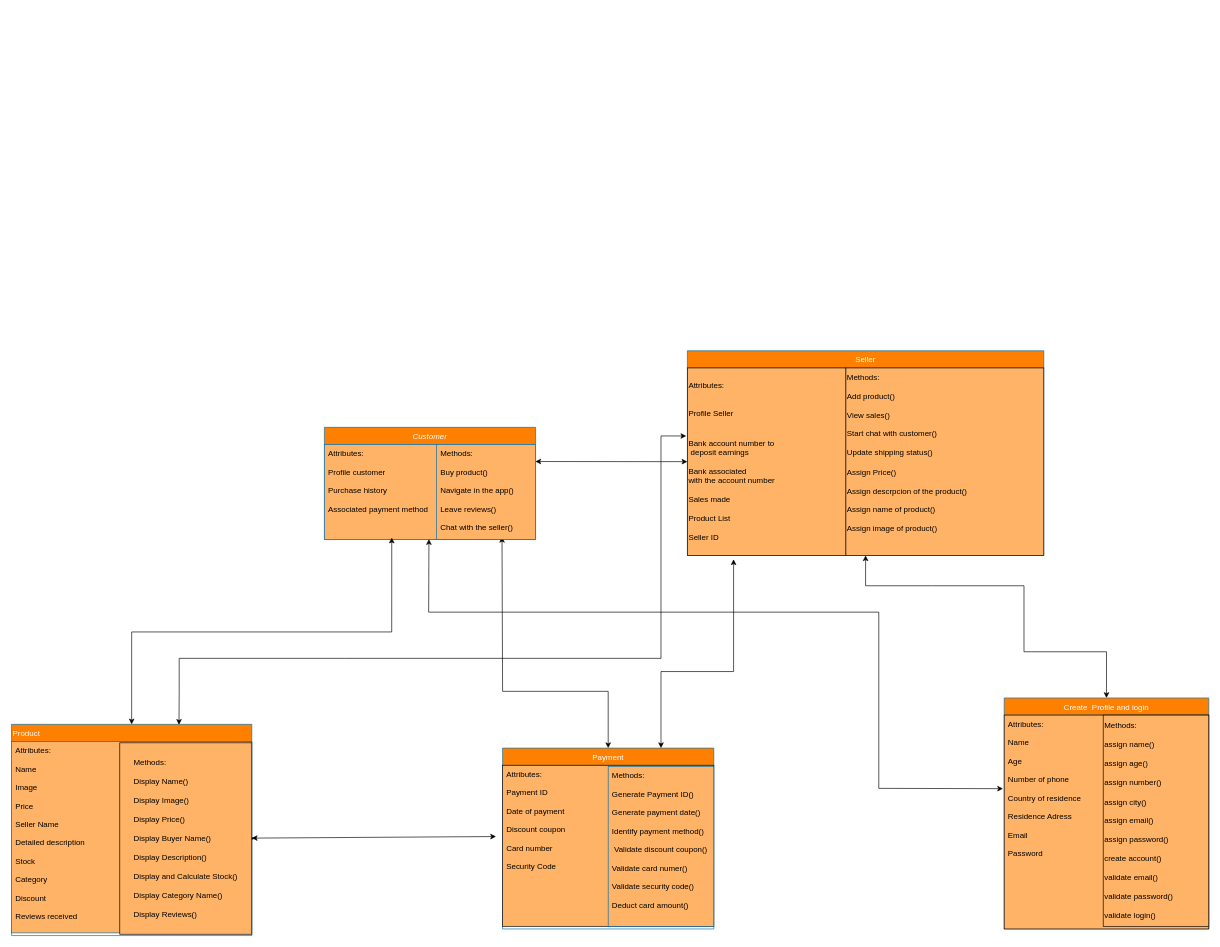
Earlier version of the draw.io diagram Workshop-2/Diagrama sin título.drawio (Jefferson3108/Proyect-POO). Source tidied: cells renumbered, new cells numbered last; positions are measured from the earlier drawing's top-left corner, leaving out a move shared by most shapes. Both pictures are drawn from the tidied source at 66%, with x=0, y=0 at pixel (11, 350).
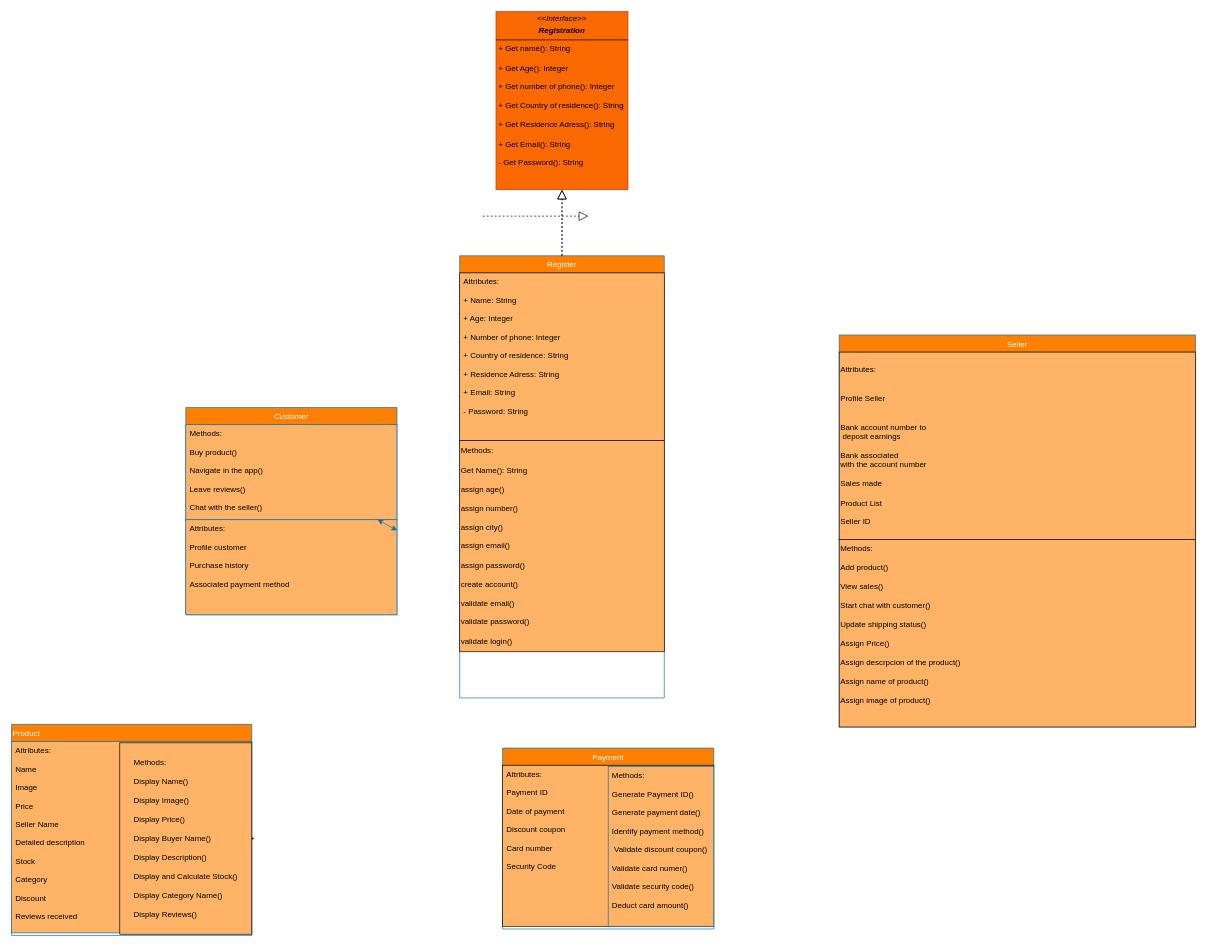
The same page after the edit.

Unchanged cells that the change refers to:
```xml
<mxCell id="4" value="Product" style="swimlane;fontStyle=0;align=left;verticalAlign=top;horizontal=1;startSize=26;rounded=0;shadow=0;strokeWidth=1;fillColor=light-dark(#FF8000,#FF8000);fontColor=#ffffff;strokeColor=light-dark(#006EAF,#000000);" parent="1" vertex="1">
  <mxGeometry y="566" width="364" height="320" as="geometry" />
</mxCell>
<mxCell id="6" value="Payment" style="swimlane;fontStyle=0;align=center;verticalAlign=top;horizontal=1;startSize=26;rounded=0;shadow=0;strokeWidth=1;fillColor=light-dark(#FF8000,#FF8000);fontColor=#ffffff;strokeColor=light-dark(#006EAF,#000000);" parent="1" vertex="1">
  <mxGeometry x="744" y="602" width="320" height="274" as="geometry" />
</mxCell>
<mxCell id="27" value="&lt;div style=&quot;text-align: left; text-wrap-mode: nowrap;&quot;&gt;Methods:&lt;/div&gt;&lt;div style=&quot;text-align: left; text-wrap-mode: nowrap;&quot;&gt;&amp;nbsp;&lt;/div&gt;&lt;div style=&quot;text-align: left; text-wrap-mode: nowrap;&quot;&gt;Display Name()&lt;/div&gt;&lt;div style=&quot;text-align: left; text-wrap-mode: nowrap;&quot;&gt;&lt;span style=&quot;background-color: transparent; color: light-dark(rgb(0, 0, 0), rgb(255, 255, 255));&quot;&gt;&lt;br&gt;&lt;/span&gt;&lt;/div&gt;&lt;div style=&quot;text-align: left; text-wrap-mode: nowrap;&quot;&gt;&lt;span style=&quot;background-color: transparent; color: light-dark(rgb(0, 0, 0), rgb(255, 255, 255));&quot;&gt;Display Image()&lt;/span&gt;&lt;/div&gt;&lt;div style=&quot;text-align: left; text-wrap-mode: nowrap;&quot;&gt;&lt;br&gt;&lt;/div&gt;&lt;div style=&quot;text-align: left; text-wrap-mode: nowrap;&quot;&gt;Display Price()&lt;/div&gt;&lt;div style=&quot;text-align: left; text-wrap-mode: nowrap;&quot;&gt;&lt;br&gt;&lt;/div&gt;&lt;div style=&quot;text-align: left; text-wrap-mode: nowrap;&quot;&gt;Display Buyer Name()&lt;/div&gt;&lt;div style=&quot;text-align: left; text-wrap-mode: nowrap;&quot;&gt;&lt;br&gt;&lt;/div&gt;&lt;div style=&quot;text-align: left; text-wrap-mode: nowrap;&quot;&gt;Display Description()&lt;/div&gt;&lt;div style=&quot;text-align: left; text-wrap-mode: nowrap;&quot;&gt;&lt;br&gt;&lt;/div&gt;&lt;div style=&quot;text-align: left; text-wrap-mode: nowrap;&quot;&gt;&lt;span style=&quot;background-color: transparent; color: light-dark(rgb(0, 0, 0), rgb(255, 255, 255));&quot;&gt;Display and Calculate Stock()&lt;/span&gt;&lt;/div&gt;&lt;div style=&quot;text-align: left; text-wrap-mode: nowrap;&quot;&gt;&lt;br&gt;&lt;/div&gt;&lt;div style=&quot;text-align: left; text-wrap-mode: nowrap;&quot;&gt;Display Category Name()&lt;/div&gt;&lt;div style=&quot;text-align: left; text-wrap-mode: nowrap;&quot;&gt;&lt;br&gt;&lt;/div&gt;&lt;div style=&quot;text-align: left; text-wrap-mode: nowrap;&quot;&gt;Display Reviews()&lt;/div&gt;" style="text;html=1;align=center;verticalAlign=middle;whiteSpace=wrap;rounded=0;fillColor=light-dark(#FFB366,#FFB366);strokeColor=light-dark(#000000,#000000);" parent="1" vertex="1">
  <mxGeometry x="164" y="594" width="200" height="290" as="geometry" />
</mxCell>
```

The edit, as a diff of the source:
```diff
@@
     <mxCell id="2" value="Customer" style="swimlane;fontStyle=2;align=center;verticalAlign=top;horizontal=1;startSize=26;rounded=0;shadow=0;strokeWidth=1;fillColor=light-dark(#FF8000,#FF8000);strokeColor=light-dark(#006EAF,#000000);fontColor=#ffffff;" parent="1" vertex="1">
-      <mxGeometry x="474" y="116" width="320" height="170" as="geometry" />
+      <mxGeometry x="264" y="86" width="320" height="314" as="geometry" />
     </mxCell>
+    <mxCell id="22" value="Methods:&#10;&#10;Buy product()&#10;&#10;Navigate in the app()&#10;&#10;Leave reviews()&#10;&#10;Chat with the seller()&#10;&#10;" style="text;align=left;verticalAlign=top;spacingLeft=4;spacingRight=4;overflow=hidden;points=[[0,0.5],[1,0.5]];portConstraint=eastwest;fillColor=light-dark(#FFB366,#FFB366);strokeColor=light-dark(#006EAF,#000000);fontColor=light-dark(#000000,#000000);" parent="2" vertex="1">
+      <mxGeometry y="26" width="320" height="144" as="geometry" />
+    </mxCell>
     <mxCell id="3" value="Attributes:&#10;&#10;Profile customer&#10;&#10;Purchase history&#10;&#10;Associated payment method&#10;&#10;&#10;&#10;&#10;" style="text;align=left;verticalAlign=top;spacingLeft=4;spacingRight=4;overflow=hidden;points=[[0,0.5],[1,0.5]];portConstraint=eastwest;fillColor=light-dark(#FFB366,#FFB366);strokeColor=light-dark(#006EAF,#000000);" parent="2" vertex="1">
-      <mxGeometry y="26" width="320" height="144" as="geometry" />
+      <mxGeometry y="170" width="320" height="144" as="geometry" />
     </mxCell>
+    <mxCell id="23" style="endArrow=classic;startArrow=classic;html=1;rounded=0;exitX=1;exitY=0.112;exitDx=0;exitDy=0;exitPerimeter=0;strokeColor=light-dark(#006EAF,#000000);" parent="2" edge="1" source="3" target="22">
+      <mxGeometry relative="1" as="geometry" />
+    </mxCell>
@@
     <mxCell id="8" value="Seller" style="swimlane;fontStyle=0;align=center;verticalAlign=top;horizontal=1;startSize=26;rounded=0;shadow=0;strokeWidth=1;fillColor=light-dark(#FF8000,#FF8000);strokeColor=light-dark(#006EAF,#000000);fontColor=#ffffff;" parent="1" vertex="1">
-      <mxGeometry x="1024" width="540" height="310" as="geometry" />
+      <mxGeometry x="1254" y="-24" width="540" height="594" as="geometry" />
     </mxCell>
-    <mxCell id="9" style="endArrow=classic;startArrow=classic;html=1;rounded=0;entryX=0.319;entryY=0.98;entryDx=0;entryDy=0;strokeColor=light-dark(#000000,#000000);exitX=0.5;exitY=0;exitDx=0;exitDy=0;entryPerimeter=0;fontColor=light-dark(#000000,#000000);" parent="1" edge="1" source="4" target="3">
-      <mxGeometry relative="1" as="geometry">
-        <Array as="points">
-          <mxPoint x="182" y="426" />
-          <mxPoint x="576" y="426" />
-        </Array>
-      </mxGeometry>
-    </mxCell>
-    <mxCell id="10" style="endArrow=classic;startArrow=classic;html=1;rounded=0;exitX=0.998;exitY=0.179;exitDx=0;exitDy=0;exitPerimeter=0;strokeColor=light-dark(#000000,#000000);entryX=0;entryY=0.5;entryDx=0;entryDy=0;" parent="1" edge="1" source="22" target="24">
-      <mxGeometry relative="1" as="geometry" />
-    </mxCell>
-    <mxCell id="11" style="endArrow=classic;startArrow=classic;html=1;rounded=0;entryX=-0.006;entryY=0.344;entryDx=0;entryDy=0;entryPerimeter=0;strokeColor=light-dark(#000000,#000000);exitX=0.495;exitY=0.996;exitDx=0;exitDy=0;exitPerimeter=0;fontColor=light-dark(#000000,#000000);curved=0;" parent="1" edge="1" source="3" target="16">
-      <mxGeometry relative="1" as="geometry">
-        <Array as="points">
-          <mxPoint x="632" y="396" />
-          <mxPoint x="1314" y="396" />
-          <mxPoint x="1314" y="663" />
-        </Array>
-      </mxGeometry>
-    </mxCell>
-    <mxCell id="12" style="endArrow=classic;startArrow=classic;html=1;rounded=0;exitX=0.5;exitY=0;exitDx=0;exitDy=0;entryX=0.661;entryY=0.972;entryDx=0;entryDy=0;entryPerimeter=0;strokeColor=light-dark(#000000,#000000);" parent="1" edge="1" source="6" target="22">
-      <mxGeometry relative="1" as="geometry">
-        <Array as="points">
-          <mxPoint x="904" y="516" />
-          <mxPoint x="744" y="516" />
-        </Array>
-      </mxGeometry>
-    </mxCell>
-    <mxCell id="13" style="endArrow=classic;startArrow=classic;html=1;rounded=0;entryX=-0.007;entryY=0.363;entryDx=0;entryDy=0;entryPerimeter=0;strokeColor=light-dark(#000000,#000000);exitX=0.697;exitY=0.002;exitDx=0;exitDy=0;exitPerimeter=0;" parent="1" edge="1" source="4" target="24">
-      <mxGeometry relative="1" as="geometry">
-        <Array as="points">
-          <mxPoint x="254" y="516" />
-          <mxPoint x="254" y="466" />
-          <mxPoint x="504" y="466" />
-          <mxPoint x="754" y="466" />
-          <mxPoint x="984" y="466" />
-          <mxPoint x="984" y="168" />
-          <mxPoint x="984" y="129" />
-        </Array>
-      </mxGeometry>
-    </mxCell>
-    <mxCell id="14" style="endArrow=classic;startArrow=classic;html=1;rounded=0;strokeColor=light-dark(#000000,#000000);" parent="1" edge="1" source="27">
-      <mxGeometry relative="1" as="geometry">
-        <mxPoint x="734" y="736" as="targetPoint" />
-      </mxGeometry>
-    </mxCell>
+    <mxCell id="24" value="Attributes:&lt;div&gt;&lt;br&gt;&lt;/div&gt;&lt;div&gt;&lt;br&gt;&lt;/div&gt;&lt;div&gt;Profile Seller&lt;/div&gt;&lt;div&gt;&lt;br&gt;&lt;/div&gt;&lt;div&gt;&lt;br&gt;&lt;/div&gt;&lt;div&gt;&lt;span style=&quot;text-wrap-mode: nowrap;&quot;&gt;Bank account number to&lt;/span&gt;&lt;br style=&quot;padding: 0px; margin: 0px; text-wrap-mode: nowrap;&quot;&gt;&lt;span style=&quot;text-wrap-mode: nowrap;&quot;&gt;&amp;nbsp;deposit earnings&lt;/span&gt;&lt;/div&gt;&lt;div&gt;&lt;br&gt;&lt;/div&gt;&lt;div&gt;&lt;span style=&quot;text-wrap-mode: nowrap;&quot;&gt;Bank associated&amp;nbsp;&lt;/span&gt;&lt;br style=&quot;padding: 0px; margin: 0px; text-wrap-mode: nowrap;&quot;&gt;&lt;span style=&quot;text-wrap-mode: nowrap;&quot;&gt;with the account number&lt;/span&gt;&lt;/div&gt;&lt;div&gt;&lt;span style=&quot;text-wrap-mode: nowrap;&quot;&gt;&lt;br&gt;&lt;/span&gt;&lt;/div&gt;&lt;div&gt;Sales made&lt;span style=&quot;text-wrap-mode: nowrap;&quot;&gt;&lt;/span&gt;&lt;/div&gt;&lt;div&gt;&lt;br&gt;&lt;/div&gt;&lt;div&gt;&lt;span style=&quot;text-wrap-mode: nowrap;&quot;&gt;Product List&lt;/span&gt;&lt;/div&gt;&lt;div&gt;&lt;span style=&quot;text-wrap-mode: nowrap;&quot;&gt;&lt;br&gt;&lt;/span&gt;&lt;/div&gt;&lt;div&gt;&lt;span style=&quot;text-wrap-mode: nowrap;&quot;&gt;Seller ID&lt;/span&gt;&lt;/div&gt;" style="text;html=1;align=left;verticalAlign=middle;whiteSpace=wrap;rounded=0;fillColor=light-dark(#FFB366,#FFB366);strokeColor=light-dark(#000000,#000000);" parent="8" vertex="1">
+      <mxGeometry y="26" width="540" height="284" as="geometry" />
+    </mxCell>
+    <mxCell id="19" value="&lt;div&gt;Methods:&lt;/div&gt;&lt;div&gt;&lt;br&gt;&lt;/div&gt;Add product()&amp;nbsp;&lt;div&gt;&lt;br&gt;View sales()&lt;/div&gt;&lt;div&gt;&lt;br&gt;Start chat with customer()&lt;/div&gt;&lt;div&gt;&lt;br&gt;&lt;/div&gt;&lt;div&gt;&lt;span style=&quot;background-color: transparent; color: light-dark(rgb(0, 0, 0), rgb(255, 255, 255));&quot;&gt;Update shipping status()&lt;/span&gt;&lt;/div&gt;&lt;div&gt;&lt;span style=&quot;background-color: transparent; color: light-dark(rgb(0, 0, 0), rgb(255, 255, 255));&quot;&gt;&lt;br&gt;&lt;/span&gt;&lt;/div&gt;&lt;div&gt;&lt;span style=&quot;background-color: transparent; color: light-dark(rgb(0, 0, 0), rgb(255, 255, 255));&quot;&gt;Assign Price()&amp;nbsp;&lt;/span&gt;&lt;/div&gt;&lt;div&gt;&lt;br&gt;&lt;/div&gt;&lt;div&gt;Assign descrpcion of the product()&lt;/div&gt;&lt;div&gt;&lt;br&gt;&lt;/div&gt;&lt;div&gt;Assign name of product()&lt;/div&gt;&lt;div&gt;&lt;br&gt;&lt;/div&gt;&lt;div&gt;Assign image of product()&lt;/div&gt;&lt;div&gt;&lt;span style=&quot;background-color: transparent; color: light-dark(rgb(0, 0, 0), rgb(255, 255, 255));&quot;&gt;&lt;br&gt;&lt;/span&gt;&lt;/div&gt;" style="text;whiteSpace=wrap;html=1;fillColor=light-dark(#FFB366,#FFB366);strokeColor=light-dark(#000000,#000000);" parent="8" vertex="1">
+      <mxGeometry y="310" width="540" height="284" as="geometry" />
+    </mxCell>
-    <mxCell id="15" value="Create  Profile and login" style="swimlane;fontStyle=0;align=center;verticalAlign=top;horizontal=1;startSize=26;rounded=0;shadow=0;strokeWidth=1;fillColor=light-dark(#FF8000,#FF8000);fontColor=#ffffff;strokeColor=light-dark(#006EAF,#000000);" parent="1" vertex="1">
-      <mxGeometry x="1504" y="526" width="310" height="350" as="geometry" />
+    <mxCell id="15" value="Register" style="swimlane;fontStyle=0;align=center;verticalAlign=top;horizontal=1;startSize=26;rounded=0;shadow=0;strokeWidth=1;fillColor=light-dark(#FF8000,#FF8000);fontColor=#ffffff;strokeColor=light-dark(#006EAF,#000000);" parent="1" vertex="1">
+      <mxGeometry x="679" y="-144" width="310" height="670" as="geometry" />
     </mxCell>
-    <mxCell id="16" value="Attributes:&#10;&#10;Name&#10;&#10;Age&#10;&#10;Number of phone&#10;&#10;Country of residence&#10;&#10;Residence Adress&#10;&#10;Email&#10;&#10;Password&#10;" style="text;align=left;verticalAlign=top;spacingLeft=4;spacingRight=4;overflow=hidden;points=[[0,0.5],[1,0.5]];portConstraint=eastwest;fillColor=light-dark(#FFB366,#FFB366);strokeColor=light-dark(#000000,#000000);" parent="15" vertex="1">
-      <mxGeometry y="26" width="310" height="324" as="geometry" />
+    <mxCell id="16" value="Attributes:&#10;&#10;+ Name: String&#10;&#10;+ Age: Integer&#10;&#10;+ Number of phone: Integer&#10;&#10;+ Country of residence: String&#10;&#10;+ Residence Adress: String&#10;&#10;+ Email: String&#10;&#10;- Password: String&#10;&#10;" style="text;align=left;verticalAlign=top;spacingLeft=4;spacingRight=4;overflow=hidden;points=[[0,0.5],[1,0.5]];portConstraint=eastwest;fillColor=light-dark(#FFB366,#FFB366);strokeColor=light-dark(#000000,#000000);" parent="15" vertex="1">
+      <mxGeometry y="26" width="310" height="254" as="geometry" />
     </mxCell>
-    <mxCell id="17" style="endArrow=classic;startArrow=classic;html=1;rounded=0;entryX=0.5;entryY=1;entryDx=0;entryDy=0;exitX=0.5;exitY=0;exitDx=0;exitDy=0;strokeColor=light-dark(#000000,#000000);" parent="1" edge="1" source="15" target="8">
-      <mxGeometry relative="1" as="geometry">
-        <Array as="points">
-          <mxPoint x="1659" y="456" />
-          <mxPoint x="1534" y="456" />
-          <mxPoint x="1534" y="356" />
-          <mxPoint x="1394" y="356" />
-          <mxPoint x="1294" y="356" />
-        </Array>
-      </mxGeometry>
-    </mxCell>
+    <mxCell id="20" value="Methods:&lt;div&gt;&lt;br&gt;&lt;/div&gt;&lt;div&gt;&lt;div&gt;Get Name(): String&lt;/div&gt;&lt;div&gt;&lt;br&gt;&lt;/div&gt;&lt;div&gt;assign age()&lt;/div&gt;&lt;div&gt;&lt;br&gt;&lt;/div&gt;&lt;div&gt;assign number()&lt;/div&gt;&lt;div&gt;&lt;br&gt;&lt;/div&gt;&lt;div&gt;assign city()&lt;/div&gt;&lt;div&gt;&lt;br&gt;&lt;/div&gt;&lt;div&gt;assign email()&lt;/div&gt;&lt;div&gt;&lt;br&gt;&lt;/div&gt;&lt;div&gt;assign password()&lt;/div&gt;&lt;div&gt;&lt;br&gt;&lt;/div&gt;&lt;div&gt;create account()&lt;/div&gt;&lt;div&gt;&lt;br&gt;&lt;/div&gt;&lt;div&gt;validate email()&lt;/div&gt;&lt;div&gt;&lt;br&gt;&lt;/div&gt;&lt;div&gt;validate password()&lt;/div&gt;&lt;div&gt;&lt;br&gt;&lt;/div&gt;&lt;div&gt;validate login()&lt;/div&gt;&lt;/div&gt;" style="text;html=1;align=left;verticalAlign=middle;strokeColor=light-dark(#000000,#000000);fillColor=light-dark(#FFB366,#FFB366);fillStyle=solid;" parent="15" vertex="1">
+      <mxGeometry y="280" width="310" height="320" as="geometry" />
+    </mxCell>
@@
-    <mxCell id="19" value="&lt;div&gt;Methods:&lt;/div&gt;&lt;div&gt;&lt;br&gt;&lt;/div&gt;Add product()&amp;nbsp;&lt;div&gt;&lt;br&gt;View sales()&lt;/div&gt;&lt;div&gt;&lt;br&gt;Start chat with customer()&lt;/div&gt;&lt;div&gt;&lt;br&gt;&lt;/div&gt;&lt;div&gt;&lt;span style=&quot;background-color: transparent; color: light-dark(rgb(0, 0, 0), rgb(255, 255, 255));&quot;&gt;Update shipping status()&lt;/span&gt;&lt;/div&gt;&lt;div&gt;&lt;span style=&quot;background-color: transparent; color: light-dark(rgb(0, 0, 0), rgb(255, 255, 255));&quot;&gt;&lt;br&gt;&lt;/span&gt;&lt;/div&gt;&lt;div&gt;&lt;span style=&quot;background-color: transparent; color: light-dark(rgb(0, 0, 0), rgb(255, 255, 255));&quot;&gt;Assign Price()&amp;nbsp;&lt;/span&gt;&lt;/div&gt;&lt;div&gt;&lt;br&gt;&lt;/div&gt;&lt;div&gt;Assign descrpcion of the product()&lt;/div&gt;&lt;div&gt;&lt;br&gt;&lt;/div&gt;&lt;div&gt;Assign name of product()&lt;/div&gt;&lt;div&gt;&lt;br&gt;&lt;/div&gt;&lt;div&gt;Assign image of product()&lt;/div&gt;&lt;div&gt;&lt;span style=&quot;background-color: transparent; color: light-dark(rgb(0, 0, 0), rgb(255, 255, 255));&quot;&gt;&lt;br&gt;&lt;/span&gt;&lt;/div&gt;" style="text;whiteSpace=wrap;html=1;fillColor=light-dark(#FFB366,#FFB366);strokeColor=light-dark(#000000,#000000);" parent="1" vertex="1">
-      <mxGeometry x="1264" y="26" width="300" height="284" as="geometry" />
-    </mxCell>
-    <mxCell id="20" value="Methods:&lt;div&gt;&lt;br&gt;&lt;/div&gt;&lt;div&gt;&lt;div&gt;assign name()&lt;/div&gt;&lt;div&gt;&lt;br&gt;&lt;/div&gt;&lt;div&gt;assign age()&lt;/div&gt;&lt;div&gt;&lt;br&gt;&lt;/div&gt;&lt;div&gt;assign number()&lt;/div&gt;&lt;div&gt;&lt;br&gt;&lt;/div&gt;&lt;div&gt;assign city()&lt;/div&gt;&lt;div&gt;&lt;br&gt;&lt;/div&gt;&lt;div&gt;assign email()&lt;/div&gt;&lt;div&gt;&lt;br&gt;&lt;/div&gt;&lt;div&gt;assign password()&lt;/div&gt;&lt;div&gt;&lt;br&gt;&lt;/div&gt;&lt;div&gt;create account()&lt;/div&gt;&lt;div&gt;&lt;br&gt;&lt;/div&gt;&lt;div&gt;validate email()&lt;/div&gt;&lt;div&gt;&lt;br&gt;&lt;/div&gt;&lt;div&gt;validate password()&lt;/div&gt;&lt;div&gt;&lt;br&gt;&lt;/div&gt;&lt;div&gt;validate login()&lt;/div&gt;&lt;/div&gt;" style="text;html=1;align=left;verticalAlign=middle;strokeColor=light-dark(#000000,#000000);fillColor=light-dark(#FFB366,#FFB366);fillStyle=solid;" parent="1" vertex="1">
-      <mxGeometry x="1654" y="552" width="160" height="320" as="geometry" />
-    </mxCell>
@@
-    <mxCell id="22" value="Methods:&#10;&#10;Buy product()&#10;&#10;Navigate in the app()&#10;&#10;Leave reviews()&#10;&#10;Chat with the seller()&#10;&#10;" style="text;align=left;verticalAlign=top;spacingLeft=4;spacingRight=4;overflow=hidden;points=[[0,0.5],[1,0.5]];portConstraint=eastwest;fillColor=light-dark(#FFB366,#FFB366);strokeColor=light-dark(#006EAF,#000000);fontColor=light-dark(#000000,#000000);" parent="1" vertex="1">
-      <mxGeometry x="644" y="142" width="150" height="144" as="geometry" />
-    </mxCell>
-    <mxCell id="23" style="endArrow=classic;startArrow=classic;html=1;rounded=0;exitX=1;exitY=0.112;exitDx=0;exitDy=0;exitPerimeter=0;strokeColor=light-dark(#006EAF,#000000);" parent="1" edge="1" source="3" target="22">
-      <mxGeometry relative="1" as="geometry" />
-    </mxCell>
-    <mxCell id="24" value="Attributes:&lt;div&gt;&lt;br&gt;&lt;/div&gt;&lt;div&gt;&lt;br&gt;&lt;/div&gt;&lt;div&gt;Profile Seller&lt;/div&gt;&lt;div&gt;&lt;br&gt;&lt;/div&gt;&lt;div&gt;&lt;br&gt;&lt;/div&gt;&lt;div&gt;&lt;span style=&quot;text-wrap-mode: nowrap;&quot;&gt;Bank account number to&lt;/span&gt;&lt;br style=&quot;padding: 0px; margin: 0px; text-wrap-mode: nowrap;&quot;&gt;&lt;span style=&quot;text-wrap-mode: nowrap;&quot;&gt;&amp;nbsp;deposit earnings&lt;/span&gt;&lt;/div&gt;&lt;div&gt;&lt;br&gt;&lt;/div&gt;&lt;div&gt;&lt;span style=&quot;text-wrap-mode: nowrap;&quot;&gt;Bank associated&amp;nbsp;&lt;/span&gt;&lt;br style=&quot;padding: 0px; margin: 0px; text-wrap-mode: nowrap;&quot;&gt;&lt;span style=&quot;text-wrap-mode: nowrap;&quot;&gt;with the account number&lt;/span&gt;&lt;/div&gt;&lt;div&gt;&lt;span style=&quot;text-wrap-mode: nowrap;&quot;&gt;&lt;br&gt;&lt;/span&gt;&lt;/div&gt;&lt;div&gt;Sales made&lt;span style=&quot;text-wrap-mode: nowrap;&quot;&gt;&lt;/span&gt;&lt;/div&gt;&lt;div&gt;&lt;br&gt;&lt;/div&gt;&lt;div&gt;&lt;span style=&quot;text-wrap-mode: nowrap;&quot;&gt;Product List&lt;/span&gt;&lt;/div&gt;&lt;div&gt;&lt;span style=&quot;text-wrap-mode: nowrap;&quot;&gt;&lt;br&gt;&lt;/span&gt;&lt;/div&gt;&lt;div&gt;&lt;span style=&quot;text-wrap-mode: nowrap;&quot;&gt;Seller ID&lt;/span&gt;&lt;/div&gt;" style="text;html=1;align=left;verticalAlign=middle;whiteSpace=wrap;rounded=0;fillColor=light-dark(#FFB366,#FFB366);strokeColor=light-dark(#000000,#000000);" parent="1" vertex="1">
-      <mxGeometry x="1024" y="26" width="240" height="284" as="geometry" />
-    </mxCell>
-    <mxCell id="25" style="endArrow=classic;startArrow=classic;html=1;rounded=0;exitX=0.75;exitY=0;exitDx=0;exitDy=0;strokeColor=light-dark(#000000,#000000);curved=0;" parent="1" edge="1" source="6">
-      <mxGeometry relative="1" as="geometry">
-        <mxPoint x="1094" y="316" as="targetPoint" />
-        <Array as="points">
-          <mxPoint x="984" y="486" />
-          <mxPoint x="1094" y="486" />
-        </Array>
-      </mxGeometry>
-    </mxCell>
@@
+    <mxCell id="28" value="&lt;p style=&quot;margin:0px;margin-top:4px;text-align:center;&quot;&gt;&lt;i&gt;&amp;lt;&amp;lt;Interface&amp;gt;&amp;gt;&lt;/i&gt;&lt;br&gt;&lt;/p&gt;&lt;p style=&quot;margin:0px;margin-top:4px;text-align:center;&quot;&gt;&lt;b&gt;&lt;i&gt;Registration&lt;/i&gt;&lt;/b&gt;&lt;/p&gt;&lt;hr size=&quot;1&quot; style=&quot;border-style:solid;&quot;&gt;&lt;p style=&quot;margin:0px;margin-left:4px;&quot;&gt;+ Get name&lt;span style=&quot;background-color: transparent; color: light-dark(rgb(0, 0, 0), rgb(237, 237, 237));&quot;&gt;(): String&lt;/span&gt;&lt;/p&gt;&lt;p style=&quot;margin:0px;margin-left:4px;&quot;&gt;&lt;span style=&quot;background-color: transparent; color: light-dark(rgb(0, 0, 0), rgb(237, 237, 237));&quot;&gt;&lt;br&gt;&lt;/span&gt;&lt;/p&gt;&lt;p style=&quot;margin:0px;margin-left:4px;&quot;&gt;+ Get Age(): Integer&lt;/p&gt;&lt;p style=&quot;margin:0px;margin-left:4px;&quot;&gt;&lt;br&gt;&lt;/p&gt;&lt;p style=&quot;margin: 0px 0px 0px 4px;&quot;&gt;+ Get number of phone&lt;span style=&quot;background-color: transparent; color: light-dark(rgb(0, 0, 0), rgb(237, 237, 237));&quot;&gt;(): Integer&lt;/span&gt;&lt;/p&gt;&lt;p style=&quot;margin: 0px 0px 0px 4px;&quot;&gt;&lt;span style=&quot;background-color: transparent; color: light-dark(rgb(0, 0, 0), rgb(237, 237, 237));&quot;&gt;&lt;br&gt;&lt;/span&gt;&lt;/p&gt;&lt;p style=&quot;margin: 0px 0px 0px 4px;&quot;&gt;+ Get Country of residence(): String&lt;/p&gt;&lt;p style=&quot;margin: 0px 0px 0px 4px;&quot;&gt;&lt;br&gt;&lt;/p&gt;&lt;p style=&quot;margin: 0px 0px 0px 4px;&quot;&gt;+ Get Residence Adress&lt;span style=&quot;background-color: transparent; color: light-dark(rgb(0, 0, 0), rgb(237, 237, 237));&quot;&gt;(): String&lt;/span&gt;&lt;/p&gt;&lt;p style=&quot;margin: 0px 0px 0px 4px;&quot;&gt;&lt;span style=&quot;background-color: transparent; color: light-dark(rgb(0, 0, 0), rgb(237, 237, 237));&quot;&gt;&lt;br&gt;&lt;/span&gt;&lt;/p&gt;&lt;p style=&quot;margin: 0px 0px 0px 4px;&quot;&gt;+ Get Email(): String&lt;/p&gt;&lt;p style=&quot;margin: 0px 0px 0px 4px;&quot;&gt;&lt;br&gt;&lt;/p&gt;&lt;p style=&quot;margin: 0px 0px 0px 4px;&quot;&gt;- Get Password(): String&lt;/p&gt;" style="verticalAlign=top;align=left;overflow=fill;html=1;whiteSpace=wrap;fillColor=#fa6800;fontColor=#000000;strokeColor=#C73500;fillStyle=solid;" parent="1" vertex="1">
+      <mxGeometry x="734" y="-514" width="200" height="270" as="geometry" />
+    </mxCell>
+    <mxCell id="29" style="endArrow=block;dashed=1;endFill=0;endSize=12;html=1;rounded=0;" parent="1" edge="1">
+      <mxGeometry relative="1" as="geometry">
+        <mxPoint x="714" y="-204" as="sourcePoint" />
+        <mxPoint x="874" y="-204" as="targetPoint" />
+      </mxGeometry>
+    </mxCell>
+    <mxCell id="30" style="endArrow=block;dashed=1;endFill=0;endSize=12;html=1;rounded=0;exitX=0.5;exitY=0;exitDx=0;exitDy=0;entryX=0.5;entryY=1;entryDx=0;entryDy=0;" parent="1" edge="1" source="15" target="28">
+      <mxGeometry relative="1" as="geometry" />
+    </mxCell>
+    <mxCell id="31" style="endArrow=block;dashed=1;endFill=0;endSize=12;html=1;rounded=0;exitX=0.5;exitY=0;exitDx=0;exitDy=0;entryX=0.5;entryY=1;entryDx=0;entryDy=0;strokeColor=light-dark(#000000,#FF0000);" parent="1" edge="1" source="15" target="28">
+      <mxGeometry relative="1" as="geometry" />
+    </mxCell>
```
